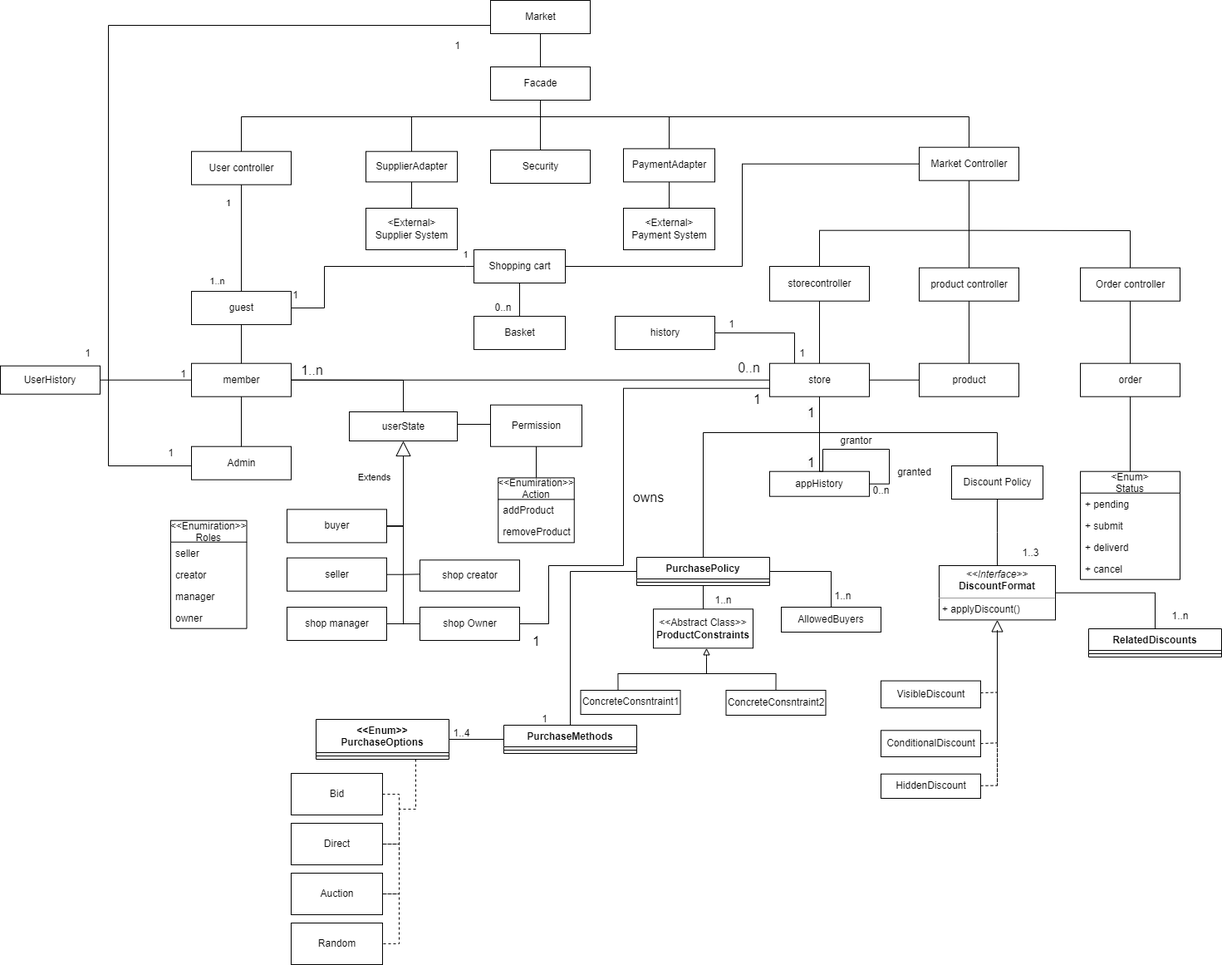
The draw.io diagram docx/version1/whiteClassDiagram.drawio.png in Naveavra/Trading-System, before a commit. Source tidied: cells renumbered, new cells last; positions are measured from the earlier drawing's top-left corner, leaving out a move shared by most shapes.
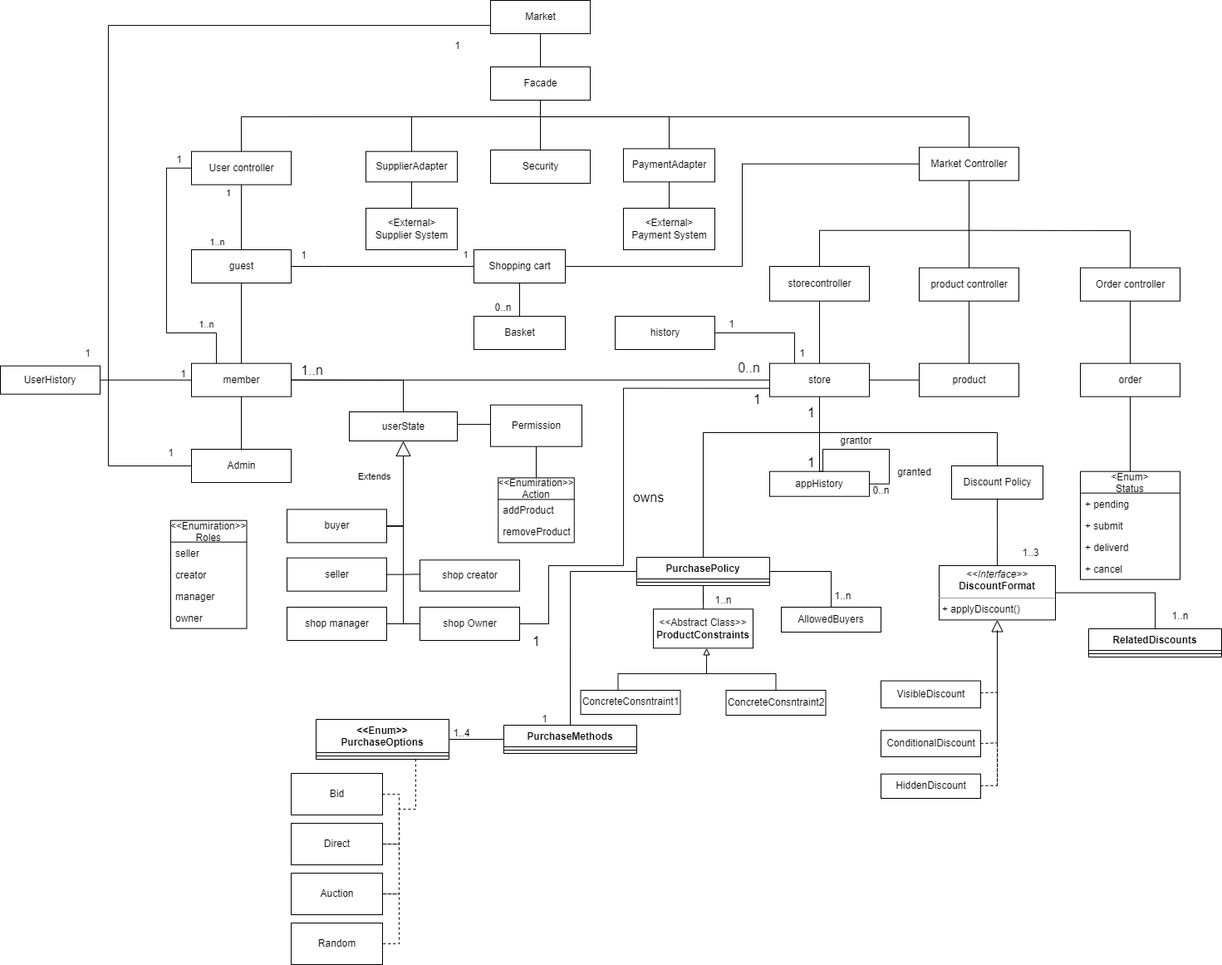
After the change.

Change to the diagram source:
```diff
@@ -24,6 +24,15 @@
     <mxCell id="5" value="Market Controller" style="html=1;" parent="1" vertex="1">
       <mxGeometry x="1106" y="176.7" width="120" height="40" as="geometry" />
     </mxCell>
+    <mxCell id="149" style="edgeStyle=orthogonalEdgeStyle;rounded=0;jettySize=auto;html=1;entryX=0.25;entryY=0;entryDx=0;entryDy=0;endArrow=none;endFill=0;" parent="1" edge="1" source="6" target="52">
+      <mxGeometry relative="1" as="geometry">
+        <Array as="points">
+          <mxPoint x="200" y="202" />
+          <mxPoint x="200" y="400" />
+          <mxPoint x="260" y="400" />
+        </Array>
+      </mxGeometry>
+    </mxCell>
     <mxCell id="6" value="User controller" style="html=1;" parent="1" vertex="1">
       <mxGeometry x="230" y="181.7" width="120" height="40" as="geometry" />
     </mxCell>
@@ -33,7 +42,6 @@
     <mxCell id="8" style="edgeStyle=none;rounded=0;jettySize=auto;html=1;startArrow=none;startFill=0;endArrow=none;endFill=0;entryX=0;entryY=0.5;entryDx=0;entryDy=0;exitX=1;exitY=0.5;exitDx=0;exitDy=0;" parent="1" edge="1" source="33" target="47">
       <mxGeometry relative="1" as="geometry">
         <Array as="points">
-          <mxPoint x="390" y="370" />
           <mxPoint x="390" y="320" />
           <mxPoint x="560" y="320" />
         </Array>
@@ -156,7 +164,7 @@
       <mxGeometry x="345" y="670.7" width="120" height="40" as="geometry" />
     </mxCell>
     <mxCell id="33" value="guest" style="html=1;" parent="1" vertex="1">
-      <mxGeometry x="230" y="350" width="120" height="40" as="geometry" />
+      <mxGeometry x="230" y="300" width="120" height="40" as="geometry" />
     </mxCell>
     <mxCell id="34" style="endArrow=none;endFill=0;endSize=24;html=1;rounded=0;exitX=0.5;exitY=0;exitDx=0;exitDy=0;entryX=0.5;entryY=1;entryDx=0;entryDy=0;startArrow=none;startFill=0;" parent="1" edge="1" source="24" target="7">
       <mxGeometry relative="1" as="geometry" />
@@ -207,7 +215,7 @@
       <mxGeometry relative="1" as="geometry" />
     </mxCell>
     <mxCell id="50" value="Admin" style="html=1;" parent="1" vertex="1">
-      <mxGeometry x="230" y="536.7" width="120" height="40" as="geometry" />
+      <mxGeometry x="230" y="540" width="120" height="40" as="geometry" />
     </mxCell>
     <mxCell id="51" value="Extends" style="endArrow=block;endSize=16;endFill=0;html=1;rounded=0;entryX=0.5;entryY=1;entryDx=0;entryDy=0;" parent="1" edge="1" target="12">
       <mxGeometry x="0.61" y="35" relative="1" as="geometry">
@@ -317,7 +325,7 @@
       <mxGeometry relative="1" as="geometry" />
     </mxCell>
     <mxCell id="74" value="1" style="text;html=1;align=center;verticalAlign=middle;strokeColor=none;fillColor=none;fontSize=12;" parent="1" vertex="1">
-      <mxGeometry x="340" y="340" width="30" height="30" as="geometry" />
+      <mxGeometry x="350" y="291.7" width="30" height="30" as="geometry" />
     </mxCell>
     <mxCell id="75" value="1..n" style="text;html=1;align=center;verticalAlign=middle;strokeColor=none;fillColor=none;fontSize=16;" parent="1" vertex="1">
       <mxGeometry x="350" y="430" width="50" height="30" as="geometry" />
@@ -570,5 +578,13 @@
     <mxCell id="148" value="owner" style="text;strokeColor=none;fillColor=none;align=left;verticalAlign=top;spacingLeft=4;spacingRight=4;overflow=hidden;fontSize=12;" parent="144" vertex="1">
       <mxGeometry y="104" width="91.5" height="26" as="geometry" />
     </mxCell>
+    <mxCell id="150" value="1..n" style="edgeLabel;html=1;align=center;verticalAlign=middle;" parent="1" vertex="1">
+      <mxGeometry x="250" y="260" as="geometry">
+        <mxPoint x="-3" y="129" as="offset" />
+      </mxGeometry>
+    </mxCell>
+    <mxCell id="151" value="1" style="text;html=1;align=center;verticalAlign=middle;strokeColor=none;fillColor=none;" parent="1" vertex="1">
+      <mxGeometry x="200" y="176.7" width="30" height="30" as="geometry" />
+    </mxCell>
   </root>
 </mxGraphModel>
```
